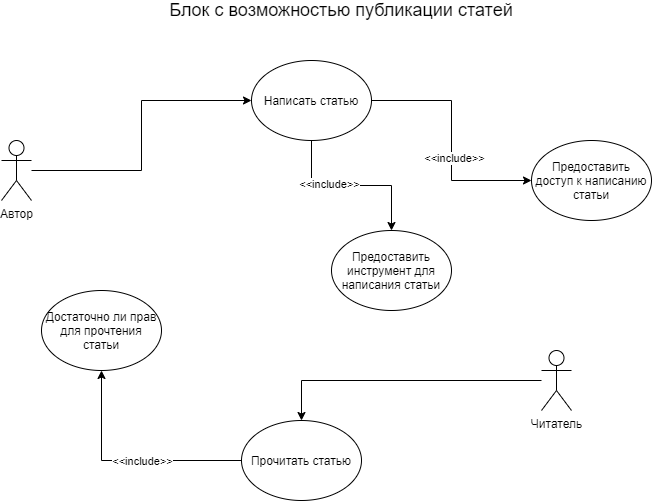
This is src/main/java/ru/innopolis/university/fomin/part1/lesson13UML/UseCaseDiagram.png from Fomin-Lab/innopolis, a draw.io export, as it was before one commit. Source tidied: cells renumbered, new cells last; positions are measured from the earlier drawing's top-left corner, leaving out a move shared by most shapes.
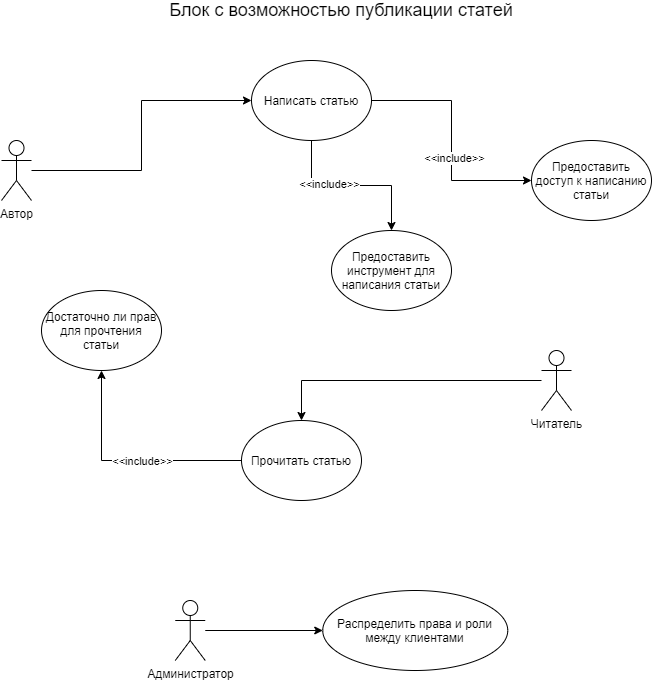
After the commit.

The edit, as a diff of the source:
```diff
@@ -52,5 +52,14 @@
     <mxCell id="17" value="Предоставить инструмент для написания статьи" style="ellipse;whiteSpace=wrap;html=1;" parent="1" vertex="1">
       <mxGeometry x="330" y="230" width="120" height="80" as="geometry" />
     </mxCell>
+    <mxCell id="18" style="edgeStyle=orthogonalEdgeStyle;rounded=0;jettySize=auto;html=1;" parent="1" edge="1" source="19" target="20">
+      <mxGeometry relative="1" as="geometry" />
+    </mxCell>
+    <mxCell id="19" value="Администратор" style="shape=umlActor;verticalLabelPosition=bottom;verticalAlign=top;html=1;outlineConnect=0;" parent="1" vertex="1">
+      <mxGeometry x="173.8" y="600" width="30" height="60" as="geometry" />
+    </mxCell>
+    <mxCell id="20" value="Распределить права и роли между клиентами" style="ellipse;whiteSpace=wrap;html=1;verticalAlign=middle;" parent="1" vertex="1">
+      <mxGeometry x="321.2" y="590" width="185" height="80" as="geometry" />
+    </mxCell>
   </root>
 </mxGraphModel>
```
